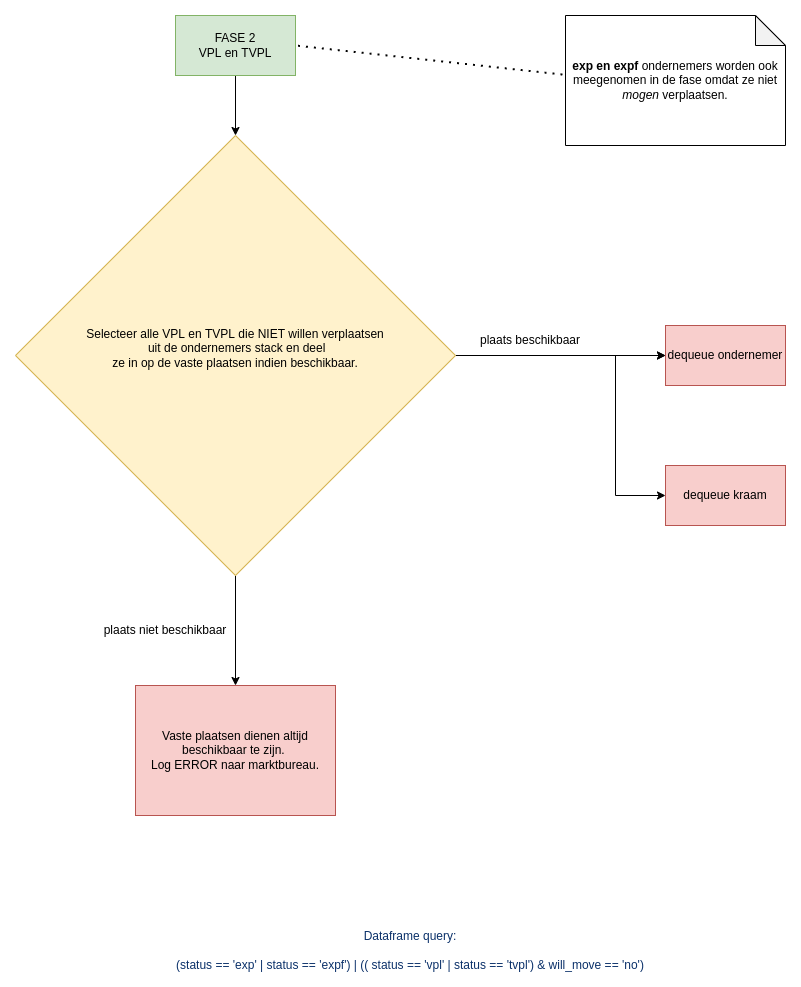
Above: diagrams/fase-2.drawio.png in Amsterdam/makkelijkemarkt-allocation (draw.io), before the change. Source tidied: cells renumbered, new cells last; positions are measured from the earlier drawing's top-left corner, leaving out a move shared by most shapes. The source it was exported from:
```xml
<mxGraphModel>
  <root>
    <mxCell id="0" />
    <mxCell id="1" parent="0" />
    <mxCell id="2" style="edgeStyle=orthogonalEdgeStyle;rounded=0;jettySize=auto;html=1;" parent="1" edge="1" source="3" target="6">
      <mxGeometry relative="1" as="geometry" />
    </mxCell>
    <mxCell id="3" value="FASE 2&lt;br&gt;VPL en TVPL" style="rounded=0;whiteSpace=wrap;html=1;fillColor=#d5e8d4;strokeColor=#82b366;" parent="1" vertex="1">
      <mxGeometry x="160" width="120" height="60" as="geometry" />
    </mxCell>
    <mxCell id="4" style="edgeStyle=orthogonalEdgeStyle;rounded=0;jettySize=auto;html=1;" parent="1" edge="1" source="6">
      <mxGeometry relative="1" as="geometry">
        <mxPoint x="220" y="670" as="targetPoint" />
      </mxGeometry>
    </mxCell>
    <mxCell id="5" style="edgeStyle=orthogonalEdgeStyle;rounded=0;jettySize=auto;html=1;entryX=0;entryY=0.5;entryDx=0;entryDy=0;" parent="1" edge="1" source="6" target="11">
      <mxGeometry relative="1" as="geometry" />
    </mxCell>
    <mxCell id="6" value="Selecteer alle VPL en TVPL die NIET willen verplaatsen&lt;br&gt;&amp;nbsp;uit de ondernemers stack en deel&lt;br&gt;ze in op de vaste plaatsen indien beschikbaar.&lt;br&gt;&lt;br&gt;" style="rhombus;whiteSpace=wrap;html=1;fillColor=#fff2cc;strokeColor=#d6b656;" parent="1" vertex="1">
      <mxGeometry y="120" width="440" height="440" as="geometry" />
    </mxCell>
    <mxCell id="7" value="Vaste plaatsen dienen altijd beschikbaar te zijn.&amp;nbsp;&lt;br&gt;Log ERROR naar marktbureau." style="rounded=0;whiteSpace=wrap;html=1;fillColor=#f8cecc;strokeColor=#b85450;" parent="1" vertex="1">
      <mxGeometry x="120" y="670" width="200" height="130" as="geometry" />
    </mxCell>
    <mxCell id="8" style="edgeStyle=orthogonalEdgeStyle;rounded=0;jettySize=auto;html=1;entryX=0;entryY=0.5;entryDx=0;entryDy=0;" parent="1" edge="1" target="10">
      <mxGeometry relative="1" as="geometry">
        <mxPoint x="550" y="340" as="sourcePoint" />
      </mxGeometry>
    </mxCell>
    <mxCell id="9" style="edgeStyle=orthogonalEdgeStyle;rounded=0;jettySize=auto;html=1;" parent="1" edge="1" target="11">
      <mxGeometry relative="1" as="geometry">
        <mxPoint x="550" y="340" as="sourcePoint" />
      </mxGeometry>
    </mxCell>
    <mxCell id="10" value="dequeue kraam" style="rounded=0;whiteSpace=wrap;html=1;fillColor=#f8cecc;strokeColor=#b85450;" parent="1" vertex="1">
      <mxGeometry x="650" y="450" width="120" height="60" as="geometry" />
    </mxCell>
    <mxCell id="11" value="dequeue ondernemer" style="rounded=0;whiteSpace=wrap;html=1;fillColor=#f8cecc;strokeColor=#b85450;" parent="1" vertex="1">
      <mxGeometry x="650" y="310" width="120" height="60" as="geometry" />
    </mxCell>
    <mxCell id="12" value="&lt;b&gt;exp en expf &lt;/b&gt;ondernemers worden ook meegenomen in de fase omdat ze niet &lt;i&gt;mogen&lt;/i&gt; verplaatsen." style="shape=note;whiteSpace=wrap;html=1;backgroundOutline=1;darkOpacity=0.05;" parent="1" vertex="1">
      <mxGeometry x="550" width="220" height="130" as="geometry" />
    </mxCell>
    <mxCell id="13" value="plaats beschikbaar" style="text;html=1;strokeColor=none;fillColor=none;align=center;verticalAlign=middle;whiteSpace=wrap;rounded=0;" parent="1" vertex="1">
      <mxGeometry x="450" y="310" width="130" height="30" as="geometry" />
    </mxCell>
    <mxCell id="14" value="plaats niet beschikbaar" style="text;html=1;strokeColor=none;fillColor=none;align=center;verticalAlign=middle;whiteSpace=wrap;rounded=0;" parent="1" vertex="1">
      <mxGeometry x="70" y="600" width="160" height="30" as="geometry" />
    </mxCell>
    <mxCell id="15" value="&lt;span style=&quot;color: rgb(10 , 48 , 105) ; font-family: , , &amp;#34;sf mono&amp;#34; , &amp;#34;menlo&amp;#34; , &amp;#34;consolas&amp;#34; , &amp;#34;liberation mono&amp;#34; , monospace ; background-color: rgb(255 , 255 , 255)&quot;&gt;Dataframe query:&lt;br&gt;&lt;br&gt;(status == 'exp' | status == 'expf') | (( status == 'vpl' | status == 'tvpl') &amp;amp; will_move == 'no')&lt;/span&gt;" style="text;html=1;strokeColor=none;fillColor=none;align=center;verticalAlign=middle;whiteSpace=wrap;rounded=0;" parent="1" vertex="1">
      <mxGeometry x="110" y="920" width="570" height="30" as="geometry" />
    </mxCell>
    <mxCell id="16" style="endArrow=none;dashed=1;html=1;dashPattern=1 3;strokeWidth=2;rounded=0;entryX=1;entryY=0.5;entryDx=0;entryDy=0;exitX=-0.014;exitY=0.454;exitDx=0;exitDy=0;exitPerimeter=0;" parent="1" edge="1" source="12" target="3">
      <mxGeometry relative="1" as="geometry" />
    </mxCell>
  </root>
</mxGraphModel>
```
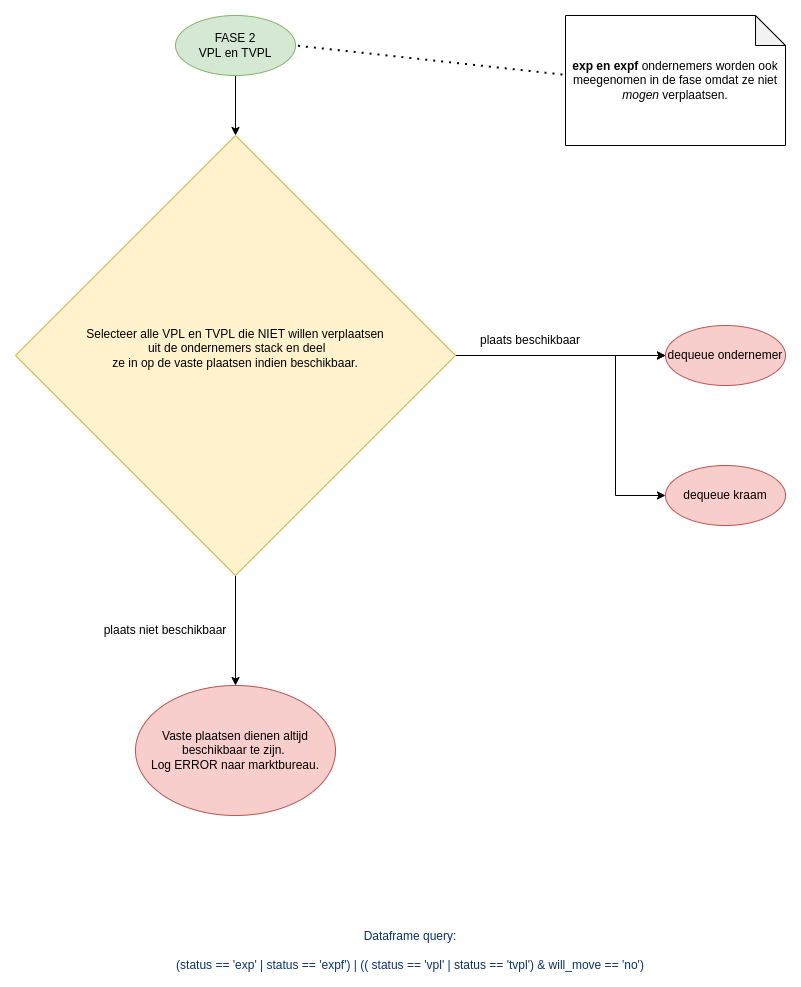
The same diagram one commit later.

The edit, as a diff of the source:
```diff
@@ -5,7 +5,7 @@
     <mxCell id="2" style="edgeStyle=orthogonalEdgeStyle;rounded=0;jettySize=auto;html=1;" parent="1" edge="1" source="3" target="6">
       <mxGeometry relative="1" as="geometry" />
     </mxCell>
-    <mxCell id="3" value="FASE 2&lt;br&gt;VPL en TVPL" style="rounded=0;whiteSpace=wrap;html=1;fillColor=#d5e8d4;strokeColor=#82b366;" parent="1" vertex="1">
+    <mxCell id="3" value="FASE 2&lt;br&gt;VPL en TVPL" style="ellipse;whiteSpace=wrap;html=1;fillColor=#d5e8d4;strokeColor=#82b366;" parent="1" vertex="1">
       <mxGeometry x="160" width="120" height="60" as="geometry" />
     </mxCell>
     <mxCell id="4" style="edgeStyle=orthogonalEdgeStyle;rounded=0;jettySize=auto;html=1;" parent="1" edge="1" source="6">
@@ -19,7 +19,7 @@
     <mxCell id="6" value="Selecteer alle VPL en TVPL die NIET willen verplaatsen&lt;br&gt;&amp;nbsp;uit de ondernemers stack en deel&lt;br&gt;ze in op de vaste plaatsen indien beschikbaar.&lt;br&gt;&lt;br&gt;" style="rhombus;whiteSpace=wrap;html=1;fillColor=#fff2cc;strokeColor=#d6b656;" parent="1" vertex="1">
       <mxGeometry y="120" width="440" height="440" as="geometry" />
     </mxCell>
-    <mxCell id="7" value="Vaste plaatsen dienen altijd beschikbaar te zijn.&amp;nbsp;&lt;br&gt;Log ERROR naar marktbureau." style="rounded=0;whiteSpace=wrap;html=1;fillColor=#f8cecc;strokeColor=#b85450;" parent="1" vertex="1">
+    <mxCell id="7" value="Vaste plaatsen dienen altijd beschikbaar te zijn.&amp;nbsp;&lt;br&gt;Log ERROR naar marktbureau." style="ellipse;whiteSpace=wrap;html=1;fillColor=#f8cecc;strokeColor=#b85450;" parent="1" vertex="1">
       <mxGeometry x="120" y="670" width="200" height="130" as="geometry" />
     </mxCell>
     <mxCell id="8" style="edgeStyle=orthogonalEdgeStyle;rounded=0;jettySize=auto;html=1;entryX=0;entryY=0.5;entryDx=0;entryDy=0;" parent="1" edge="1" target="10">
@@ -32,10 +32,10 @@
         <mxPoint x="550" y="340" as="sourcePoint" />
       </mxGeometry>
     </mxCell>
-    <mxCell id="10" value="dequeue kraam" style="rounded=0;whiteSpace=wrap;html=1;fillColor=#f8cecc;strokeColor=#b85450;" parent="1" vertex="1">
+    <mxCell id="10" value="dequeue kraam" style="ellipse;whiteSpace=wrap;html=1;fillColor=#f8cecc;strokeColor=#b85450;" parent="1" vertex="1">
       <mxGeometry x="650" y="450" width="120" height="60" as="geometry" />
     </mxCell>
-    <mxCell id="11" value="dequeue ondernemer" style="rounded=0;whiteSpace=wrap;html=1;fillColor=#f8cecc;strokeColor=#b85450;" parent="1" vertex="1">
+    <mxCell id="11" value="dequeue ondernemer" style="ellipse;whiteSpace=wrap;html=1;fillColor=#f8cecc;strokeColor=#b85450;" parent="1" vertex="1">
       <mxGeometry x="650" y="310" width="120" height="60" as="geometry" />
     </mxCell>
     <mxCell id="12" value="&lt;b&gt;exp en expf &lt;/b&gt;ondernemers worden ook meegenomen in de fase omdat ze niet &lt;i&gt;mogen&lt;/i&gt; verplaatsen." style="shape=note;whiteSpace=wrap;html=1;backgroundOutline=1;darkOpacity=0.05;" parent="1" vertex="1">
```
